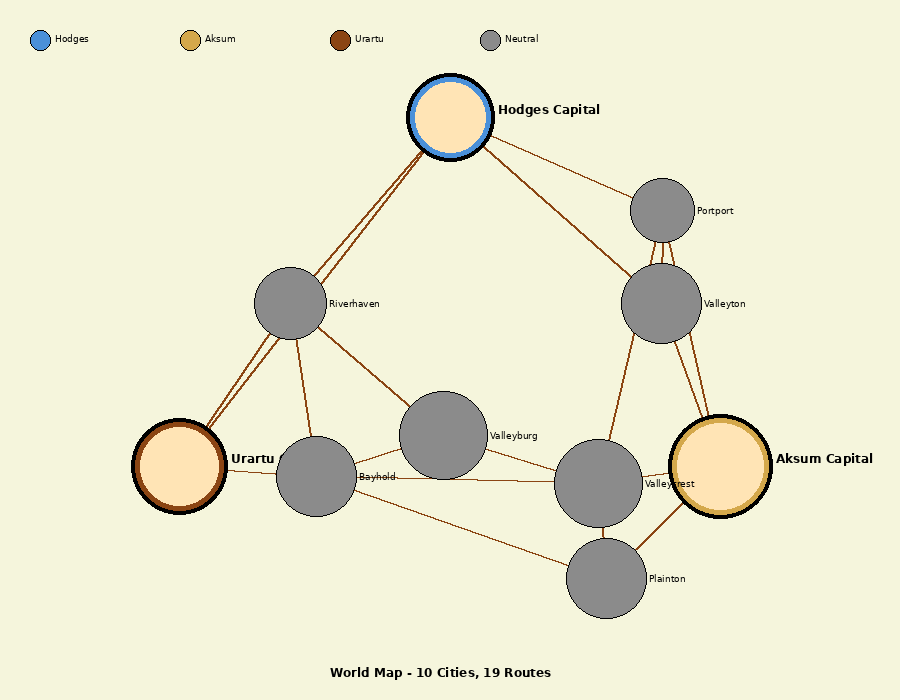
Earlier version of the Graphviz export world/map/world-map.png (DylanZ34/World-Sim). Its source is kept beside it as world/map/world-map.dot.
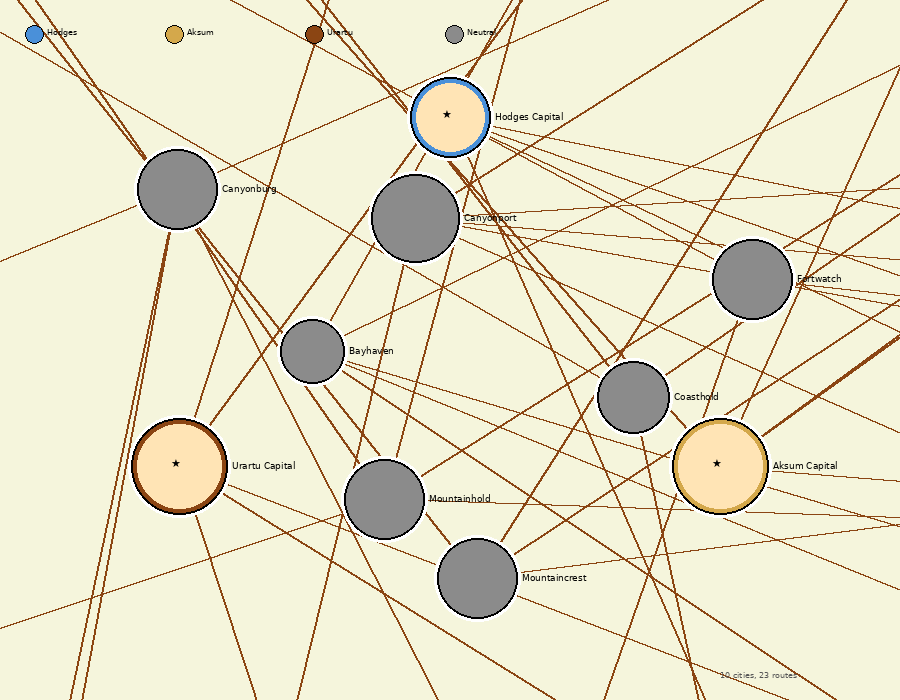
After the change.

What changed in the source:
```diff
@@ -4,35 +4,38 @@
   splines=true;
 
   node [shape=circle, style=filled, fontname="Arial"];
-  "city_0" [label="Hodges Capital\n(5/5)", fillcolor="#4A90D9", width=45, fontsize=10];
-  "city_1" [label="Aksum Capital\n(5/4)", fillcolor="#D4A84B", width=45, fontsize=10];
-  "city_2" [label="Urartu Capital\n(5/5)", fillcolor="#8B4513", width=45, fontsize=10];
-  "city_3" [label="Baycrest\n(6/4)", fillcolor="#CCCCCC", width=30, fontsize=10];
-  "city_4" [label="Bayton\n(5/1)", fillcolor="#CCCCCC", width=30, fontsize=10];
-  "city_5" [label="Riverhold\n(5/1)", fillcolor="#CCCCCC", width=30, fontsize=10];
-  "city_6" [label="Coasthaven\n(4/3)", fillcolor="#CCCCCC", width=30, fontsize=10];
-  "city_7" [label="Mountainwatch\n(3/1)", fillcolor="#CCCCCC", width=30, fontsize=10];
-  "city_8" [label="Canyonwatch\n(3/1)", fillcolor="#CCCCCC", width=30, fontsize=10];
-  "city_9" [label="Lakeport\n(4/4)", fillcolor="#CCCCCC", width=30, fontsize=10];
+  "city_0" [label="Hodges Capital\n(5/6)", fillcolor="#4A90D9", width=45, fontsize=10];
+  "city_1" [label="Aksum Capital\n(7/3)", fillcolor="#D4A84B", width=45, fontsize=10];
+  "city_2" [label="Urartu Capital\n(7/4)", fillcolor="#8B4513", width=45, fontsize=10];
+  "city_3" [label="Coasthold\n(4/1)", fillcolor="#CCCCCC", width=30, fontsize=10];
+  "city_4" [label="Canyonburg\n(5/1)", fillcolor="#CCCCCC", width=30, fontsize=10];
+  "city_5" [label="Fortwatch\n(5/4)", fillcolor="#CCCCCC", width=30, fontsize=10];
+  "city_6" [label="Canyonport\n(6/3)", fillcolor="#CCCCCC", width=30, fontsize=10];
+  "city_7" [label="Mountaincrest\n(5/1)", fillcolor="#CCCCCC", width=30, fontsize=10];
+  "city_8" [label="Bayhaven\n(3/3)", fillcolor="#CCCCCC", width=30, fontsize=10];
+  "city_9" [label="Mountainhold\n(5/1)", fillcolor="#CCCCCC", width=30, fontsize=10];
 
-  "city_0" -- "city_7" [len=2];
+  "city_0" -- "city_6" [len=2];
+  "city_0" -- "city_4" [len=2];
+  "city_1" -- "city_3" [len=2];
+  "city_1" -- "city_5" [len=2];
+  "city_2" -- "city_8" [len=2];
+  "city_2" -- "city_9" [len=2];
+  "city_3" -- "city_5" [len=2];
+  "city_4" -- "city_6" [len=2];
+  "city_4" -- "city_8" [len=2];
+  "city_6" -- "city_8" [len=2];
+  "city_7" -- "city_9" [len=2];
+  "city_1" -- "city_7" [len=2];
+  "city_0" -- "city_2" [len=2];
   "city_0" -- "city_8" [len=2];
-  "city_1" -- "city_3" [len=2];
-  "city_1" -- "city_9" [len=2];
-  "city_2" -- "city_5" [len=2];
-  "city_2" -- "city_6" [len=2];
-  "city_3" -- "city_6" [len=2];
-  "city_4" -- "city_7" [len=2];
+  "city_1" -- "city_6" [len=2];
+  "city_1" -- "city_8" [len=2];
+  "city_2" -- "city_3" [len=2];
+  "city_2" -- "city_7" [len=2];
+  "city_4" -- "city_9" [len=2];
   "city_4" -- "city_5" [len=2];
+  "city_6" -- "city_7" [len=2];
+  "city_3" -- "city_9" [len=2];
   "city_6" -- "city_9" [len=2];
-  "city_8" -- "city_9" [len=2];
-  "city_7" -- "city_8" [len=2];
-  "city_0" -- "city_9" [len=2];
-  "city_3" -- "city_4" [len=2];
-  "city_2" -- "city_3" [len=2];
-  "city_5" -- "city_8" [len=2];
-  "city_1" -- "city_5" [len=2];
-  "city_4" -- "city_6" [len=2];
-  "city_6" -- "city_7" [len=2];
-  "city_3" -- "city_8" [len=2];
 }
```
